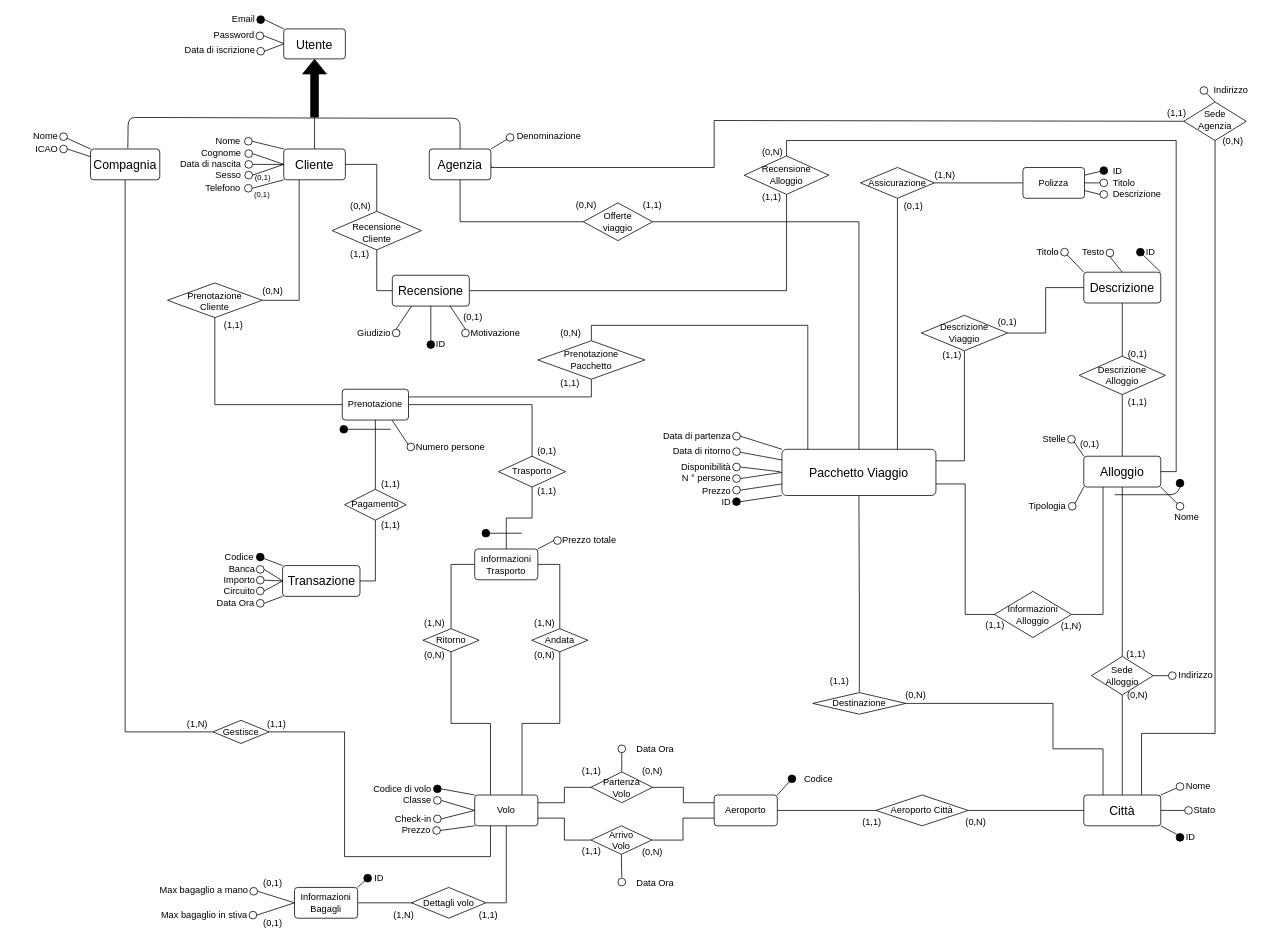
This is page "ER - Concettuale" (1 of 3) of E-R/E-R.drawio from bustre/Easy-travel, a draw.io file, before an edit. Source tidied: cells renumbered, new cells numbered last; positions are measured from the earlier drawing's top-left corner, leaving out a move shared by most shapes. Both pictures are drawn from the tidied source at 77%, with x=0, y=0 at pixel (13, 15).
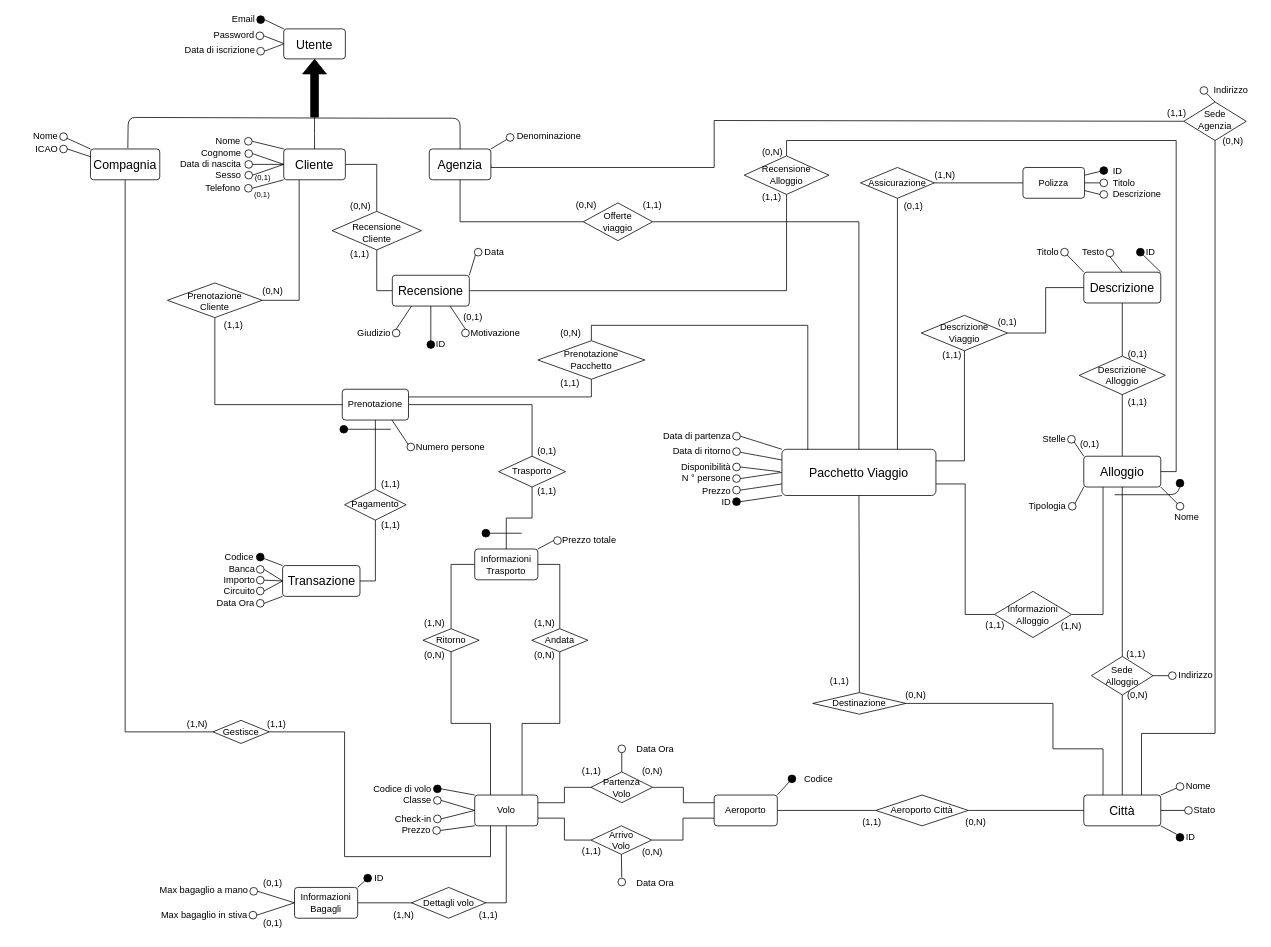
The same page after the edit.

Unchanged cells that the change refers to:
```xml
<mxCell id="67" value="Recensione" style="rounded=1;arcSize=10;whiteSpace=wrap;align=center;fontSize=16;" parent="1" vertex="1">
  <mxGeometry x="492" y="338" width="100" height="40" as="geometry" />
</mxCell>
```

What changed in the source:
```diff
@@
+    <mxCell id="302" style="rounded=0;jettySize=auto;html=1;exitX=1;exitY=0;exitDx=0;exitDy=0;entryX=0;entryY=1;entryDx=0;entryDy=0;endArrow=none;endFill=0;" parent="1" edge="1" source="67" target="303">
+      <mxGeometry relative="1" as="geometry" />
+    </mxCell>
@@
+    <mxCell id="303" style="ellipse;whiteSpace=wrap;" parent="1" vertex="1">
+      <mxGeometry x="598.5" y="303" width="10" height="10" as="geometry" />
+    </mxCell>
+    <mxCell id="304" value="Data" style="text;strokeColor=none;fillColor=none;align=left;verticalAlign=middle;whiteSpace=wrap;rounded=0;" parent="1" vertex="1">
+      <mxGeometry x="610" y="303" width="60" height="10" as="geometry" />
+    </mxCell>
```
